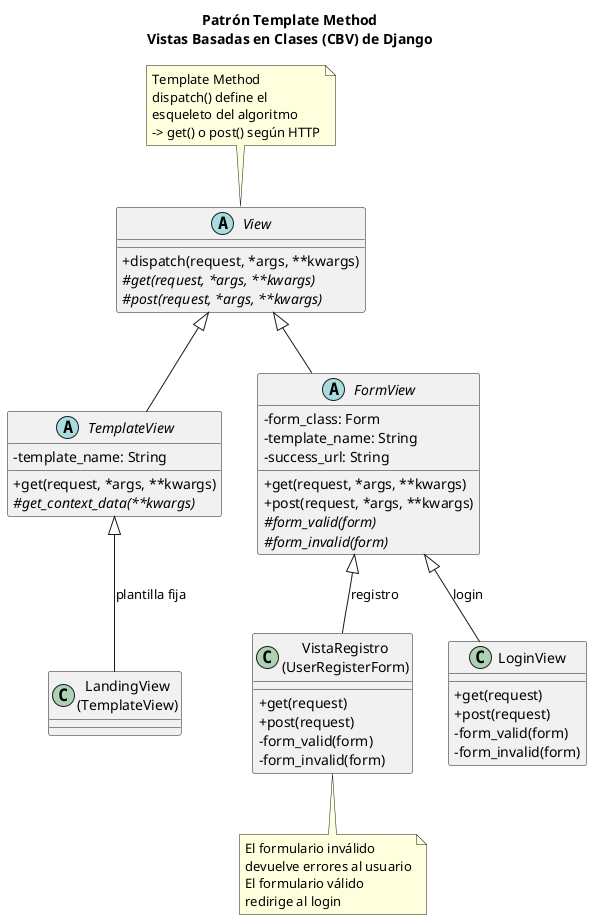
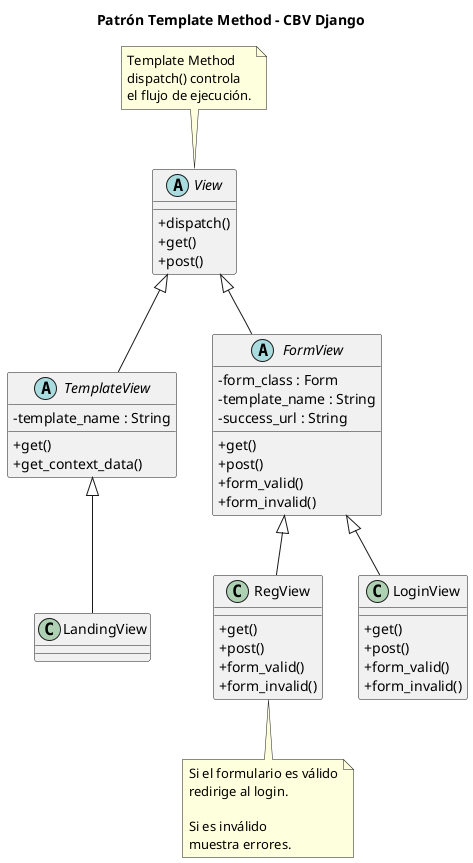
@startuml
skinparam classAttributeIconSize 0

- title "Patrón Template Method\nVistas Basadas en Clases (CBV) de Django"
+ title "Patrón Template Method - CBV Django"

abstract class View {
-   + dispatch(request, *args, **kwargs)
-   #{abstract} get(request, *args, **kwargs)
-   #{abstract} post(request, *args, **kwargs)
+   + dispatch()
+   + get()
+   + post()
}

abstract class TemplateView {
-   - template_name: String
-   + get(request, *args, **kwargs)
-   #{abstract} get_context_data(**kwargs)
+   - template_name : String
+   + get()
+   + get_context_data()
}

abstract class FormView {
-   - form_class: Form
-   - template_name: String
-   - success_url: String
-   + get(request, *args, **kwargs)
-   + post(request, *args, **kwargs)
-   #{abstract} form_valid(form)
-   #{abstract} form_invalid(form)
+   - form_class : Form
+   - template_name : String
+   - success_url : String
+ 
+   + get()
+   + post()
+   + form_valid()
+   + form_invalid()
}

- class "VistaRegistro\n(UserRegisterForm)" as RegView {
-   + get(request)
-   + post(request)
-   - form_valid(form)
-   - form_invalid(form)
+ class RegView {
+   + get()
+   + post()
+   + form_valid()
+   + form_invalid()
}

- class "LoginView" as LogView {
-   + get(request)
-   + post(request)
-   - form_valid(form)
-   - form_invalid(form)
+ class LoginView {
+   + get()
+   + post()
+   + form_valid()
+   + form_invalid()
}
+ 
+ class LandingView

View <|-- TemplateView
View <|-- FormView

- TemplateView <|-- "LandingView\n(TemplateView)" : "plantilla fija"
- FormView <|-- RegView : "registro"
- FormView <|-- LogView : "login"
+ TemplateView <|-- LandingView
+ FormView <|-- RegView
+ FormView <|-- LoginView

- note top of View : Template Method\ndispatch() define el\nesqueleto del algoritmo\n-> get() o post() según HTTP
+ note top of View
+ Template Method
+ dispatch() controla
+ el flujo de ejecución.
+ end note

- note bottom of RegView : El formulario inválido\ndevuelve errores al usuario\nEl formulario válido\nredirige al login
+ note bottom of RegView
+ Si el formulario es válido
+ redirige al login.

- @enduml
+ Si es inválido
+ muestra errores.
+ end note
+ 
+ @enduml